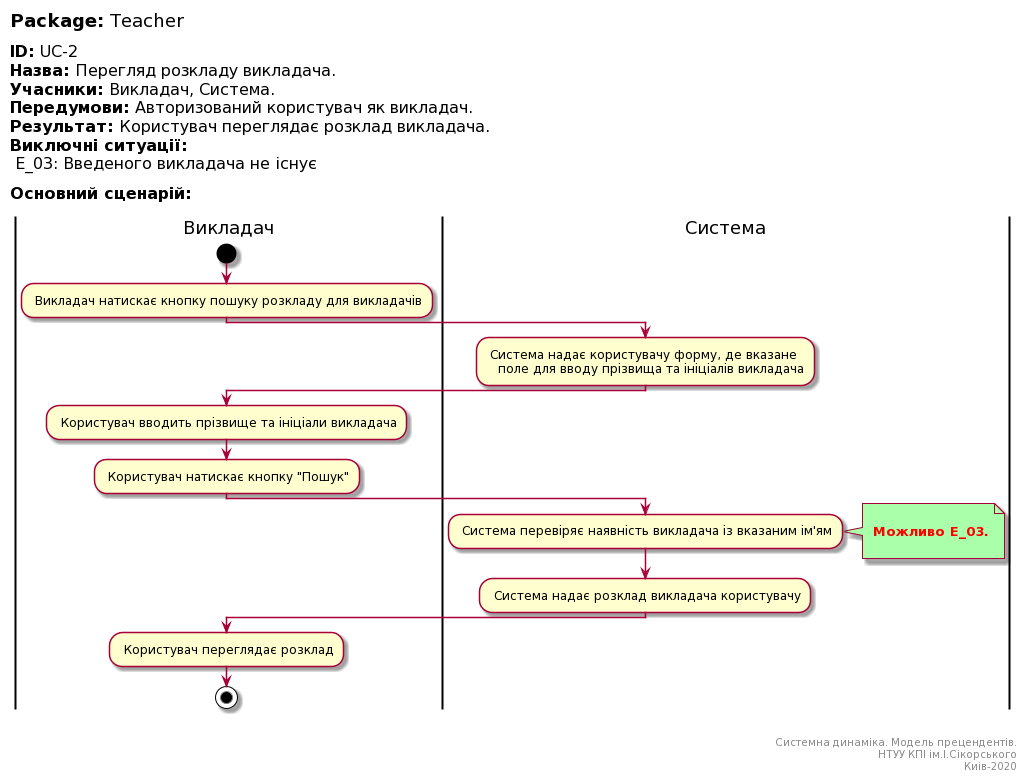
This is docs/UML_Diagrams/scenarios/teacher/diagrams/UC-2.png from vladlinu/TeamOne, a PlantUML export, as it was before one commit. The source it was exported from:
```plantuml
@startuml
left header
<font color=000 size=18><b>Package:</b> Teacher

<font color=000 size=16><b>ID:</b> UC-2
<font color=000 size=16><b>Назва:</b> Перегляд розкладу викладача.
<font color=000 size=16><b>Учасники:</b> Викладач, Система.
<font color=000 size=16><b>Передумови:</b> Авторизований користувач як викладач.
<font color=000 size=16><b>Результат:</b> Користувач переглядає розклад викладача.
<font color=000 size=16><b>Виключні ситуації:</b>
<font color=000 size=16> E_03: Введеного викладача не існує

<font color=000 size=16><b>Основний сценарій:</b>

end header

|Викладач|
start
: Викладач натискає кнопку пошуку розкладу для викладачів;

|Система|
: Система надає користувачу форму, де вказане
   поле для вводу прізвища та ініціалів викладача;

|Викладач|
: Користувач вводить прізвище та ініціали викладача;

: Користувач натискає кнопку "Пошук";

|Система|
: Система перевіряє наявність викладача із вказаним ім'ям;
note right #aaffaa

<font color=red><b> Можливо E_03.

end note

: Система надає розклад викладача користувачу;

|Викладач|

: Користувач переглядає розклад;

stop;

right footer


Системна динаміка. Модель прецендентів.
НТУУ КПІ ім.І.Сікорського
Киів-2020
end footer
@enduml
```
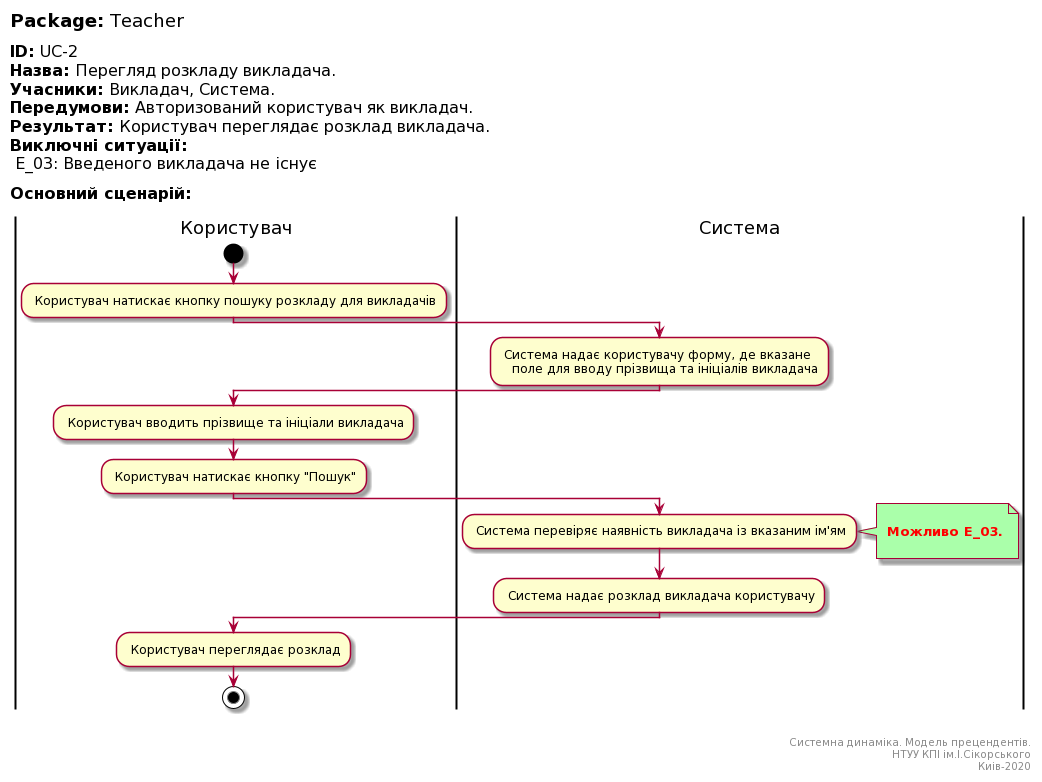
Later version of the same file.

Change to the diagram source:
```diff
@@ -14,15 +14,15 @@
 
 end header
 
-|Викладач|
+|Користувач|
 start
-: Викладач натискає кнопку пошуку розкладу для викладачів;
+: Користувач натискає кнопку пошуку розкладу для викладачів;
 
 |Система|
 : Система надає користувачу форму, де вказане
    поле для вводу прізвища та ініціалів викладача;
 
-|Викладач|
+|Користувач|
 : Користувач вводить прізвище та ініціали викладача;
 
 : Користувач натискає кнопку "Пошук";
@@ -37,7 +37,7 @@
 
 : Система надає розклад викладача користувачу;
 
-|Викладач|
+|Користувач|
 
 : Користувач переглядає розклад;
 
```
